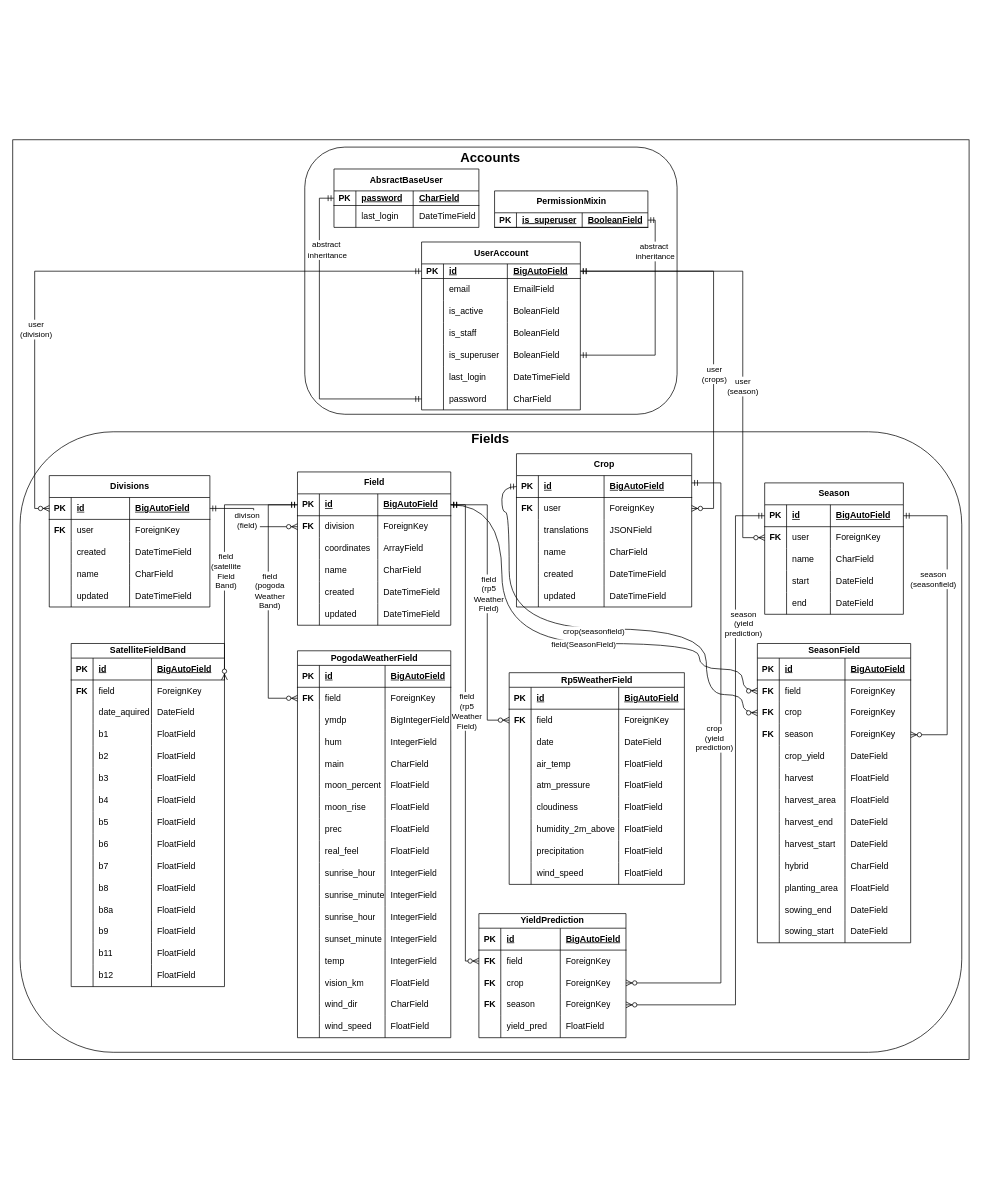
adejumobioluwafemi/webscraping_selenium keeps this draw.io diagram as Untitled Diagram.drawio. Above is the earlier version. Source tidied: cells renumbered, new cells numbered last; positions are measured from the earlier drawing's top-left corner, leaving out a move shared by most shapes. Both pictures are drawn from the tidied source at 73%, with x=0, y=0 at pixel (12, 15).
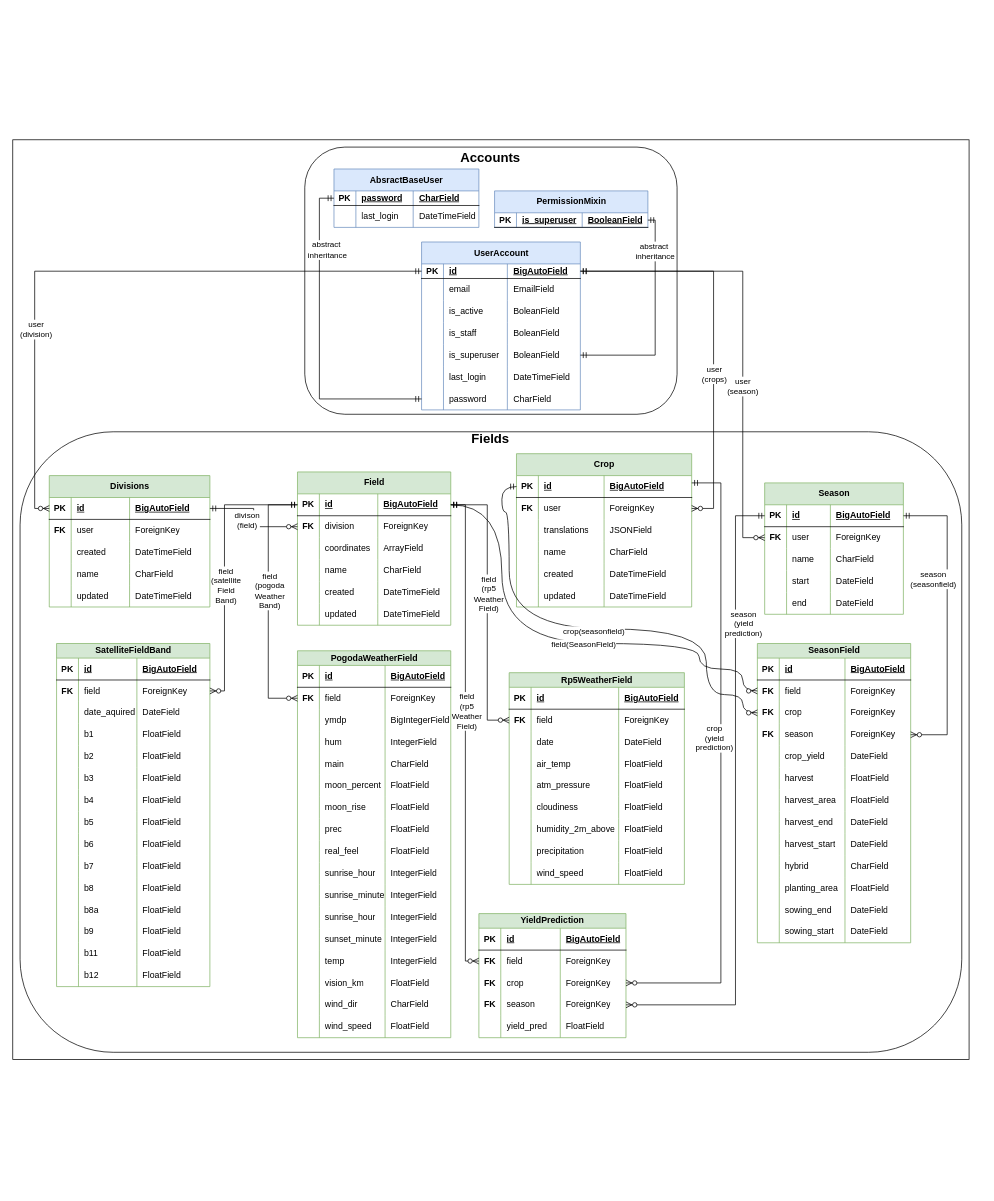
After the change.

Commit message:
Update EASY ERD (coloured).drawio

Unchanged cells that the change refers to:
```xml
<mxCell id="2" style="group;shadow=1;" parent="1" vertex="1">
  <mxGeometry x="310" width="1010" height="1600" as="geometry" />
</mxCell>
<mxCell id="101" style="shape=tableRow;horizontal=0;startSize=0;swimlaneHead=0;swimlaneBody=0;fillColor=none;points=[[0,0.5],[1,0.5]];portConstraint=eastwest;top=0;left=0;right=0;bottom=1;" parent="100" vertex="1">
  <mxGeometry y="30" width="210" height="30" as="geometry" />
</mxCell>
<mxCell id="324" style="edgeStyle=elbowEdgeStyle;fontSize=12;html=1;endArrow=ERzeroToMany;startArrow=ERmandOne;rounded=0;" parent="2" edge="1" source="80" target="249">
  <mxGeometry relative="1" as="geometry">
    <Array as="points">
      <mxPoint x="970" y="830" />
      <mxPoint x="388.5" y="755" />
    </Array>
  </mxGeometry>
</mxCell>
<mxCell id="331" style="shape=tableRow;horizontal=0;startSize=0;swimlaneHead=0;swimlaneBody=0;fillColor=none;points=[[0,0.5],[1,0.5]];portConstraint=eastwest;top=0;left=0;right=0;bottom=0;" parent="326" vertex="1">
  <mxGeometry y="50" width="210" height="30" as="geometry" />
</mxCell>
```

What changed in the source:
```diff
@@
-    <mxCell id="5" value="UserAccount" style="shape=table;startSize=30;childLayout=tableLayout;rowLines=0;fontStyle=1;align=center;html=1;" parent="2" vertex="1">
+    <mxCell id="5" value="UserAccount" style="shape=table;startSize=30;childLayout=tableLayout;rowLines=0;fontStyle=1;align=center;html=1;fillColor=#dae8fc;strokeColor=#6c8ebf;" parent="2" vertex="1">
       <mxGeometry x="250" y="310" width="217.5" height="230" as="geometry" />
     </mxCell>
@@
-    <mxCell id="34" value="AbsractBaseUser" style="shape=table;startSize=30;childLayout=tableLayout;rowLines=0;fontStyle=1;align=center;html=1;" parent="2" vertex="1">
+    <mxCell id="34" value="AbsractBaseUser" style="shape=table;startSize=30;childLayout=tableLayout;rowLines=0;fontStyle=1;align=center;html=1;fillColor=#dae8fc;strokeColor=#6c8ebf;" parent="2" vertex="1">
       <mxGeometry x="130" y="210" width="198.5" height="80" as="geometry" />
     </mxCell>
@@
-    <mxCell id="43" value="PermissionMixin" style="shape=table;startSize=30;childLayout=tableLayout;rowLines=0;fontStyle=1;align=center;html=1;" parent="2" vertex="1">
+    <mxCell id="43" value="PermissionMixin" style="shape=table;startSize=30;childLayout=tableLayout;rowLines=0;fontStyle=1;align=center;html=1;fillColor=#dae8fc;strokeColor=#6c8ebf;" parent="2" vertex="1">
       <mxGeometry x="350" y="240" width="210" height="50" as="geometry" />
     </mxCell>
@@
-    <mxCell id="54" value="Crop" style="shape=table;startSize=30;childLayout=tableLayout;rowLines=0;fontStyle=1;align=center;html=1;" parent="2" vertex="1">
+    <mxCell id="54" value="Crop" style="shape=table;startSize=30;childLayout=tableLayout;rowLines=0;fontStyle=1;align=center;html=1;fillColor=#d5e8d4;strokeColor=#82b366;" parent="2" vertex="1">
       <mxGeometry x="380" y="600" width="240" height="210" as="geometry" />
     </mxCell>
@@
-    <mxCell id="79" value="Season" style="shape=table;startSize=30;childLayout=tableLayout;rowLines=0;fontStyle=1;align=center;html=1;" parent="2" vertex="1">
+    <mxCell id="79" value="Season" style="shape=table;startSize=30;childLayout=tableLayout;rowLines=0;fontStyle=1;align=center;html=1;fillColor=#d5e8d4;strokeColor=#82b366;" parent="2" vertex="1">
       <mxGeometry x="720" y="640" width="190" height="180" as="geometry" />
     </mxCell>
@@
-    <mxCell id="100" value="Field" style="shape=table;startSize=30;childLayout=tableLayout;rowLines=0;fontStyle=1;align=center;html=1;" parent="2" vertex="1">
+    <mxCell id="100" value="Field" style="shape=table;startSize=30;childLayout=tableLayout;rowLines=0;fontStyle=1;align=center;html=1;fillColor=#d5e8d4;strokeColor=#82b366;" parent="2" vertex="1">
       <mxGeometry x="80" y="625" width="210" height="210" as="geometry" />
     </mxCell>
@@
-    <mxCell id="130" value="PogodaWeatherField" style="shape=table;startSize=20;childLayout=tableLayout;rowLines=0;fontStyle=1;align=center;html=1;" parent="2" vertex="1">
+    <mxCell id="130" value="PogodaWeatherField" style="shape=table;startSize=20;childLayout=tableLayout;rowLines=0;fontStyle=1;align=center;html=1;fillColor=#d5e8d4;strokeColor=#82b366;" parent="2" vertex="1">
       <mxGeometry x="80" y="870" width="210" height="530" as="geometry" />
     </mxCell>
@@
-    <mxCell id="199" value="Rp5WeatherField" style="shape=table;startSize=20;childLayout=tableLayout;rowLines=0;fontStyle=1;align=center;html=1;" parent="2" vertex="1">
+    <mxCell id="199" value="Rp5WeatherField" style="shape=table;startSize=20;childLayout=tableLayout;rowLines=0;fontStyle=1;align=center;html=1;fillColor=#d5e8d4;strokeColor=#82b366;" parent="2" vertex="1">
       <mxGeometry x="370" y="900" width="240" height="290" as="geometry" />
     </mxCell>
@@
-    <mxCell id="236" value="SeasonField" style="shape=table;startSize=20;childLayout=tableLayout;rowLines=0;fontStyle=1;align=center;html=1;" parent="2" vertex="1">
+    <mxCell id="236" value="SeasonField" style="shape=table;startSize=20;childLayout=tableLayout;rowLines=0;fontStyle=1;align=center;html=1;fillColor=#d5e8d4;strokeColor=#82b366;" parent="2" vertex="1">
       <mxGeometry x="710" y="860" width="210" height="410" as="geometry" />
     </mxCell>
@@
-    <mxCell id="289" value="YieldPrediction" style="shape=table;startSize=20;childLayout=tableLayout;rowLines=0;fontStyle=1;align=center;html=1;" parent="2" vertex="1">
+    <mxCell id="289" value="YieldPrediction" style="shape=table;startSize=20;childLayout=tableLayout;rowLines=0;fontStyle=1;align=center;html=1;fillColor=#d5e8d4;strokeColor=#82b366;" parent="2" vertex="1">
       <mxGeometry x="328.5" y="1230" width="201.5" height="170" as="geometry" />
     </mxCell>
@@
-    <mxCell id="325" value="season&lt;br&gt;&lt;div style=&quot;--tw-border-spacing-x: 0; --tw-border-spacing-y: 0; --tw-translate-x: 0; --tw-translate-y: 0; --tw-rotate: 0; --tw-skew-x: 0; --tw-skew-y: 0; --tw-scale-x: 1; --tw-scale-y: 1; --tw-pan-x: ; --tw-pan-y: ; --tw-pinch-zoom: ; --tw-scroll-snap-strictness: proximity; --tw-ordinal: ; --tw-slashed-zero: ; --tw-numeric-figure: ; --tw-numeric-spacing: ; --tw-numeric-fraction: ; --tw-ring-inset: ; --tw-ring-offset-width: 0px; --tw-ring-offset-color: #fff; --tw-ring-color: rgb(59 130 246 / .5); --tw-ring-offset-shadow: 0 0 #0000; --tw-ring-shadow: 0 0 #0000; --tw-shadow: 0 0 #0000; --tw-shadow-colored: 0 0 #0000; --tw-blur: ; --tw-brightness: ; --tw-contrast: ; --tw-grayscale: ; --tw-hue-rotate: ; --tw-invert: ; --tw-saturate: ; --tw-sepia: ; --tw-drop-shadow: ; --tw-backdrop-blur: ; --tw-backdrop-brightness: ; --tw-backdrop-contrast: ; --tw-backdrop-grayscale: ; --tw-backdrop-hue-rotate: ; --tw-backdrop-invert: ; --tw-backdrop-opacity: ; --tw-backdrop-saturate: ; --tw-backdrop-sepia: ;&quot;&gt;(seasonfield)&lt;/div&gt;" style="edgeLabel;html=1;align=center;verticalAlign=middle;" parent="324" vertex="1">
+    <mxCell id="325" value="season&lt;br&gt;&lt;div style=&quot;--tw-border-spacing-x: 0; --tw-border-spacing-y: 0; --tw-translate-x: 0; --tw-translate-y: 0; --tw-rotate: 0; --tw-skew-x: 0; --tw-skew-y: 0; --tw-scale-x: 1; --tw-scale-y: 1; --tw-pan-x: ; --tw-pan-y: ; --tw-pinch-zoom: ; --tw-scroll-snap-strictness: proximity; --tw-ordinal: ; --tw-slashed-zero: ; --tw-numeric-figure: ; --tw-numeric-spacing: ; --tw-numeric-fraction: ; --tw-ring-inset: ; --tw-ring-offset-width: 0px; --tw-ring-offset-color: #fff; --tw-ring-color: rgb(59 130 246 / .5); --tw-ring-offset-shadow: 0 0 #0000; --tw-ring-shadow: 0 0 #0000; --tw-shadow: 0 0 #0000; --tw-shadow-colored: 0 0 #0000; --tw-blur: ; --tw-brightness: ; --tw-contrast: ; --tw-grayscale: ; --tw-hue-rotate: ; --tw-invert: ; --tw-saturate: ; --tw-sepia: ; --tw-drop-shadow: ; --tw-backdrop-blur: ; --tw-backdrop-brightness: ; --tw-backdrop-contrast: ; --tw-backdrop-grayscale: ; --tw-backdrop-hue-rotate: ; --tw-backdrop-invert: ; --tw-backdrop-opacity: ; --tw-backdrop-saturate: ; --tw-backdrop-sepia: ;&quot;&gt;(seasonfield)&lt;/div&gt;" style="edgeLabel;html=1;align=center;verticalAlign=middle;fillColor=#99FF99;" parent="324" vertex="1">
       <mxGeometry x="-0.09" y="1" relative="1" as="geometry">
         <mxPoint x="-21" y="-41" as="offset" />
       </mxGeometry>
     </mxCell>
-    <mxCell id="326" value="SatelliteFieldBand" style="shape=table;startSize=20;childLayout=tableLayout;rowLines=0;fontStyle=1;align=center;html=1;" parent="1" vertex="1">
-      <mxGeometry x="80" y="860" width="210" height="470" as="geometry" />
+    <mxCell id="326" value="SatelliteFieldBand" style="shape=table;startSize=20;childLayout=tableLayout;rowLines=0;fontStyle=1;align=center;html=1;fillColor=#d5e8d4;strokeColor=#82b366;" parent="2" vertex="1">
+      <mxGeometry x="-250" y="860" width="210" height="470" as="geometry" />
     </mxCell>
@@
-    <mxCell id="387" style="edgeStyle=elbowEdgeStyle;fontSize=12;html=1;endArrow=ERzeroToMany;startArrow=ERmandOne;rounded=0;" parent="1" edge="1" source="101" target="331">
+    <mxCell id="387" style="edgeStyle=elbowEdgeStyle;fontSize=12;html=1;endArrow=ERzeroToMany;startArrow=ERmandOne;rounded=0;" parent="2" edge="1" source="101" target="331">
       <mxGeometry relative="1" as="geometry">
         <Array as="points">
-          <mxPoint x="290" y="800" />
+          <mxPoint x="-20" y="800" />
         </Array>
       </mxGeometry>
     </mxCell>
@@
-    <mxCell id="389" value="Divisions" style="shape=table;startSize=30;childLayout=tableLayout;rowLines=0;fontStyle=1;align=center;html=1;" parent="1" vertex="1">
+    <mxCell id="389" value="Divisions" style="shape=table;startSize=30;childLayout=tableLayout;rowLines=0;fontStyle=1;align=center;html=1;fillColor=#d5e8d4;strokeColor=#82b366;" parent="1" vertex="1">
       <mxGeometry x="50" y="630" width="220" height="180" as="geometry" />
     </mxCell>
```
